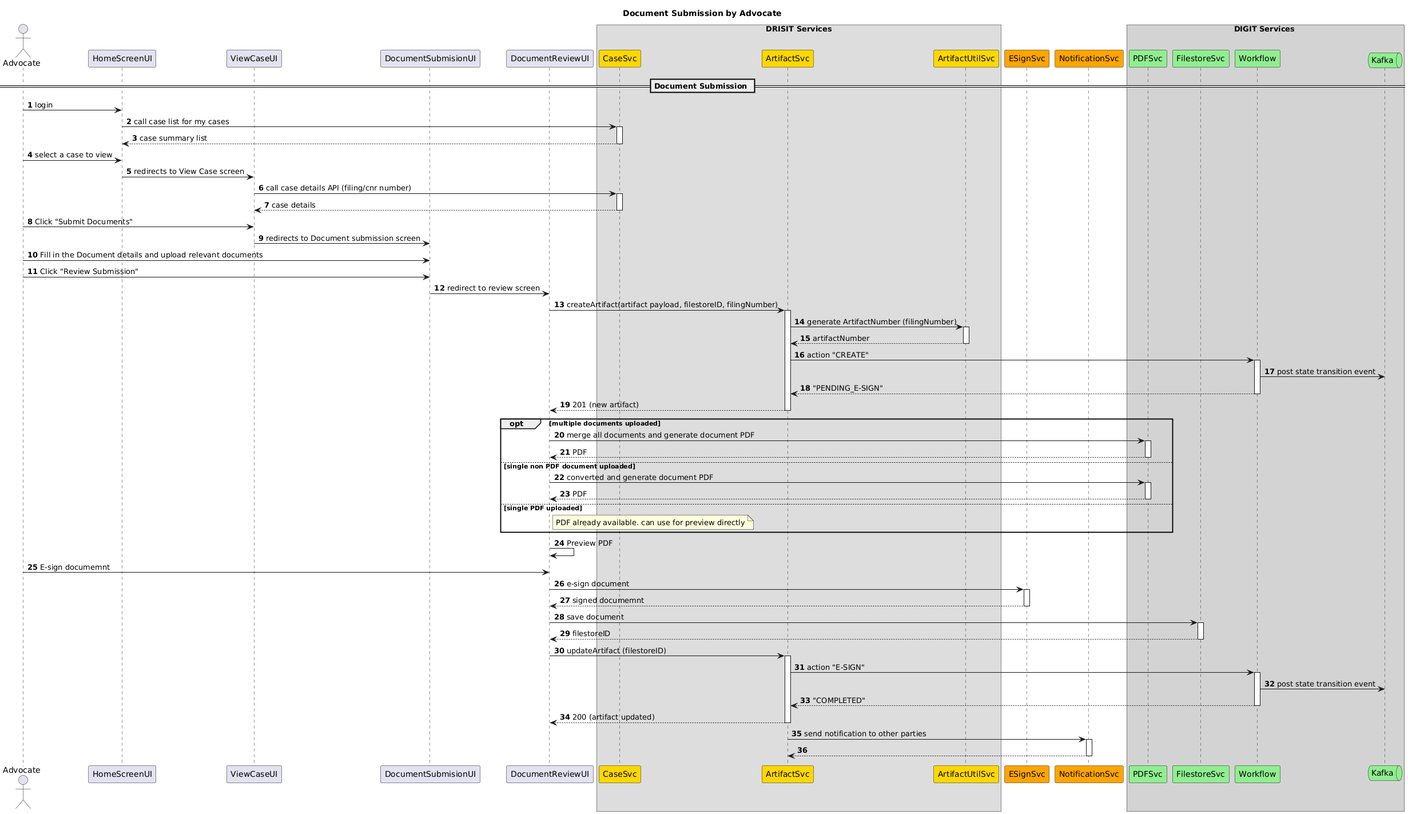
This is docs/UI_Sequence_Diagrams/DocumentSubmission/Diagrams/Advocate_Document_Submission.png from pucardotorg/dristi, a PlantUML export, as it was before one commit.
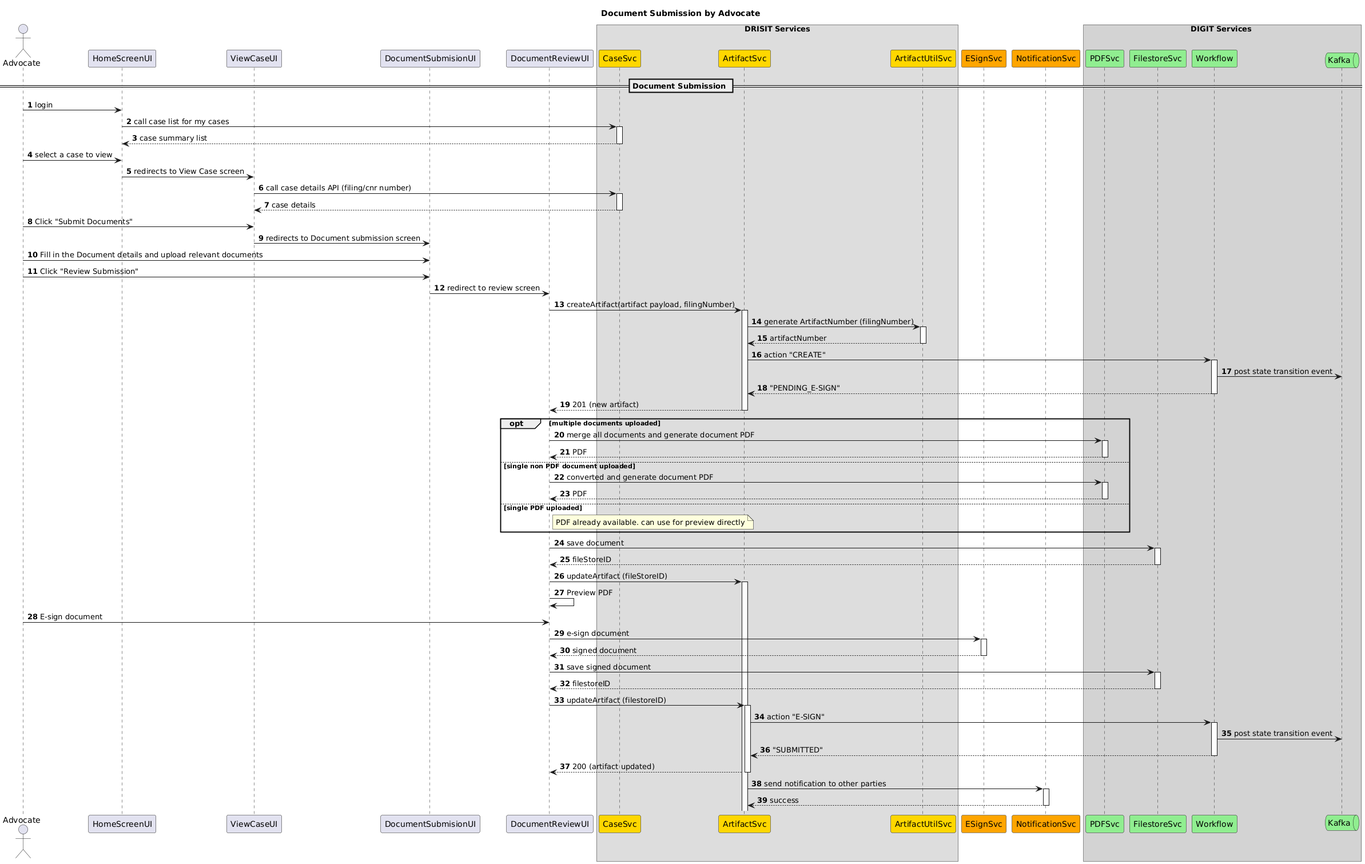
After the commit.

Commit message:
document submission related updates  (#1259)

Change to the diagram source:
```diff
@@ -40,7 +40,7 @@
 A->DU: Fill in the Document details and upload relevant documents
 A->DU: Click "Review Submission"
 DU->DRU: redirect to review screen
-DRU->ARS++: createArtifact(artifact payload, filestoreID, filingNumber)
+DRU->ARS++: createArtifact(artifact payload, filingNumber)
 ARS->ARUS++: generate ArtifactNumber (filingNumber)
 return artifactNumber
 ARS->W++: action "CREATE"
@@ -56,17 +56,20 @@
 else single PDF uploaded
 note right of DRU: PDF already available. can use for preview directly
 end
+DRU->FS++: save document
+return fileStoreID
+DRU->ARS++: updateArtifact (fileStoreID)
 DRU->DRU: Preview PDF
-A->DRU: E-sign documemnt
+A->DRU: E-sign document
 DRU->ES++: e-sign document
-return signed documemnt
-DRU->FS++: save document
+return signed document
+DRU->FS++: save signed document
 return filestoreID
 DRU->ARS++: updateArtifact (filestoreID)
 ARS->W++: action "E-SIGN"
 W->K: post state transition event
-return "COMPLETED"
+return "SUBMITTED"
 return 200 (artifact updated)
 ARS->NS++: send notification to other parties
-return
-@enduml
+return success
+@endum
```
